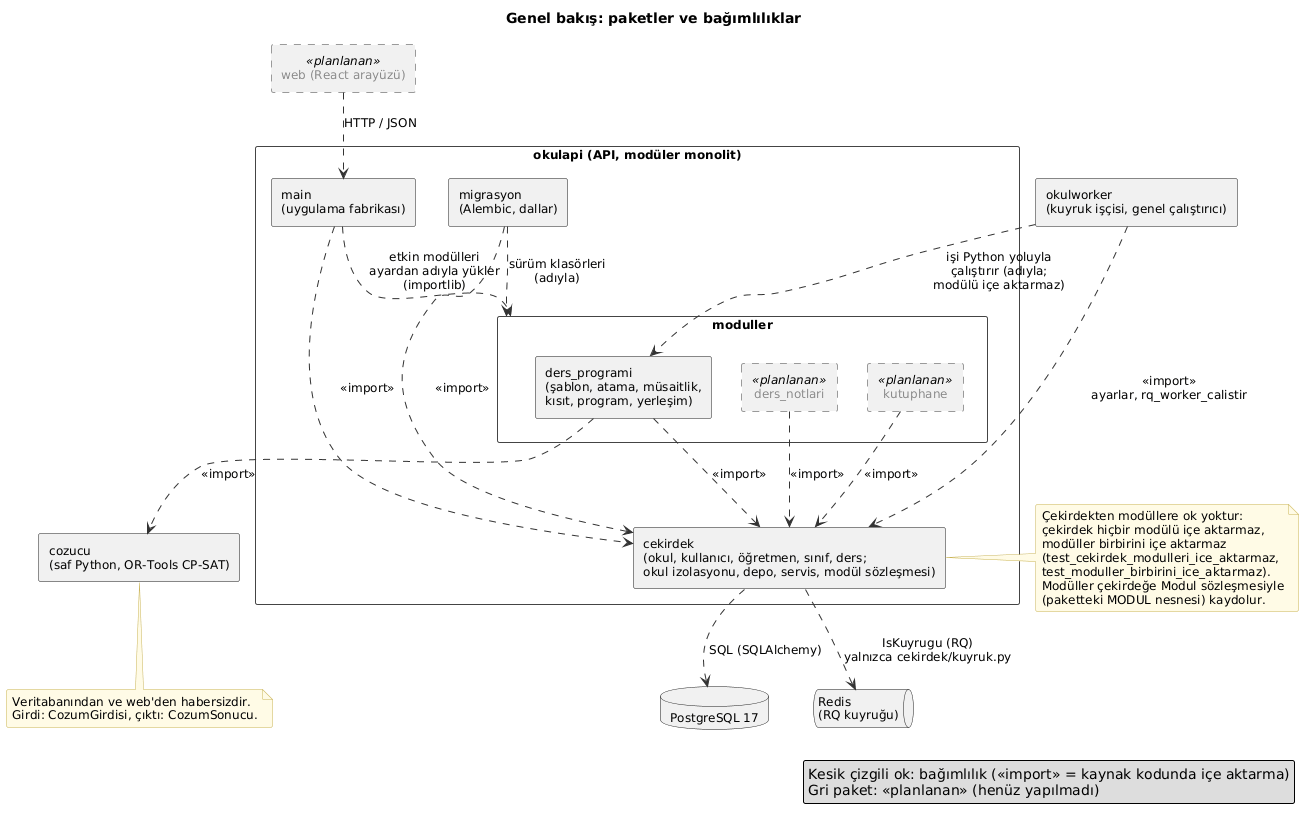
Before: docs/diyagramlar/cikti/01-genel-bakis.png, a diagram exported from PlantUML (yusuf-aycicek/cizelge).
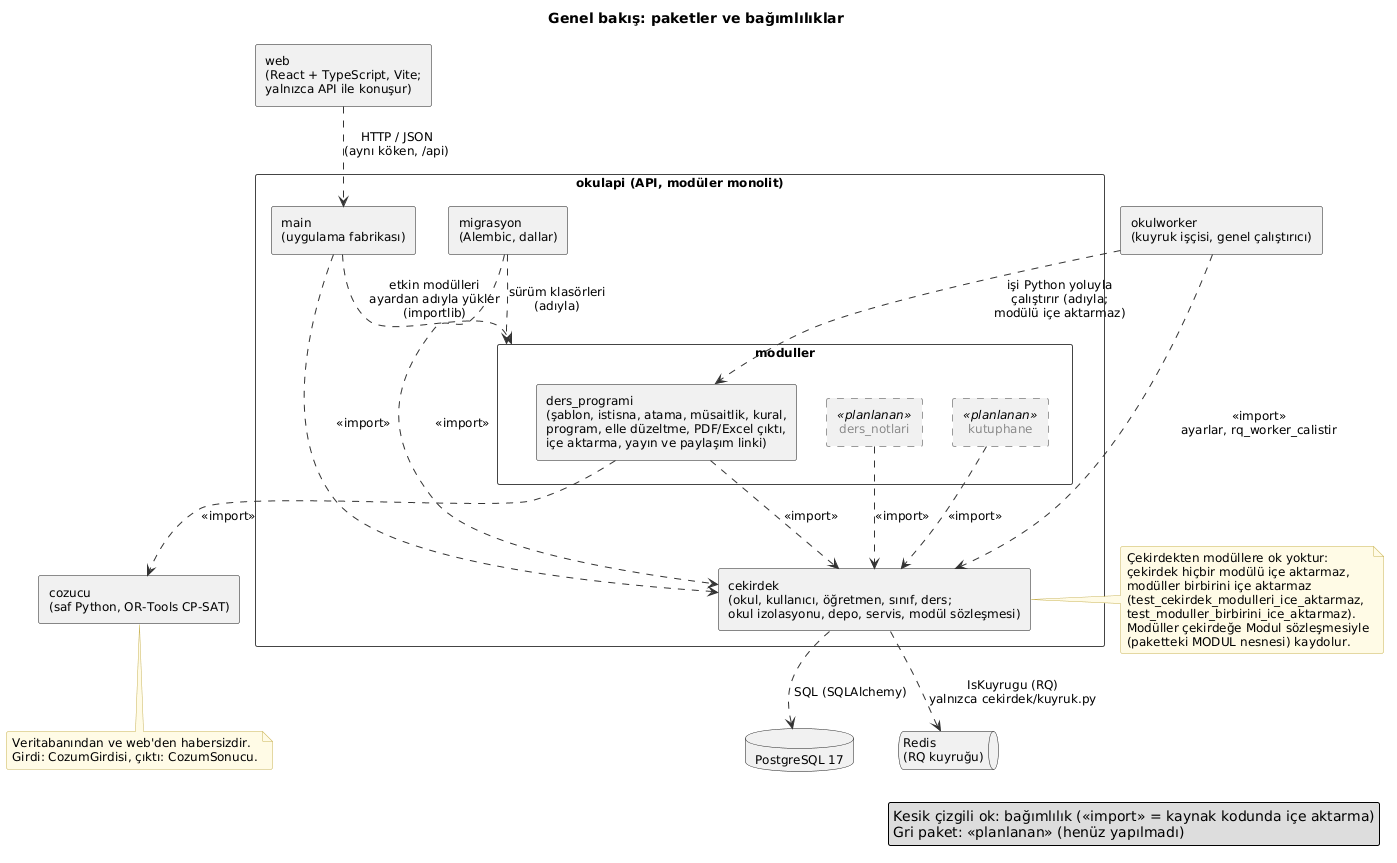
The same diagram one commit later.

Change to the diagram source:
```diff
@@ -3,7 +3,7 @@
 title Genel bakış: paketler ve bağımlılıklar
 
 
-package "web (React arayüzü)" <<planlanan>> as web #F6F6F6;line.dashed;line:9A9A9A;text:8A8A8A {
+package "web\n(React + TypeScript, Vite;\nyalnızca API ile konuşur)" as web {
 }
 package "okulworker\n(kuyruk işçisi, genel çalıştırıcı)" as worker {
 }
@@ -16,7 +16,7 @@
   package "cekirdek\n(okul, kullanıcı, öğretmen, sınıf, ders;\nokul izolasyonu, depo, servis, modül sözleşmesi)" as cekirdek {
   }
   package "moduller" as moduller {
-    package "ders_programi\n(şablon, atama, müsaitlik,\nkısıt, program, yerleşim)" as ders_programi {
+    package "ders_programi\n(şablon, istisna, atama, müsaitlik, kural,\nprogram, elle düzeltme, PDF/Excel çıktı,\niçe aktarma, yayın ve paylaşım linki)" as ders_programi {
     }
     package "ders_notlari" <<planlanan>> as ders_notlari #F6F6F6;line.dashed;line:9A9A9A;text:8A8A8A {
     }
@@ -31,7 +31,7 @@
 database "PostgreSQL 17" as pg
 queue "Redis\n(RQ kuyruğu)" as redis
 
-web ..> main : HTTP / JSON
+web ..> main : HTTP / JSON\n(aynı köken, /api)
 main ..> cekirdek : <<import>>
 main ..> moduller : etkin modülleri\nayardan adıyla yükler\n(importlib)
 migrasyon ..> cekirdek : <<import>>
```
